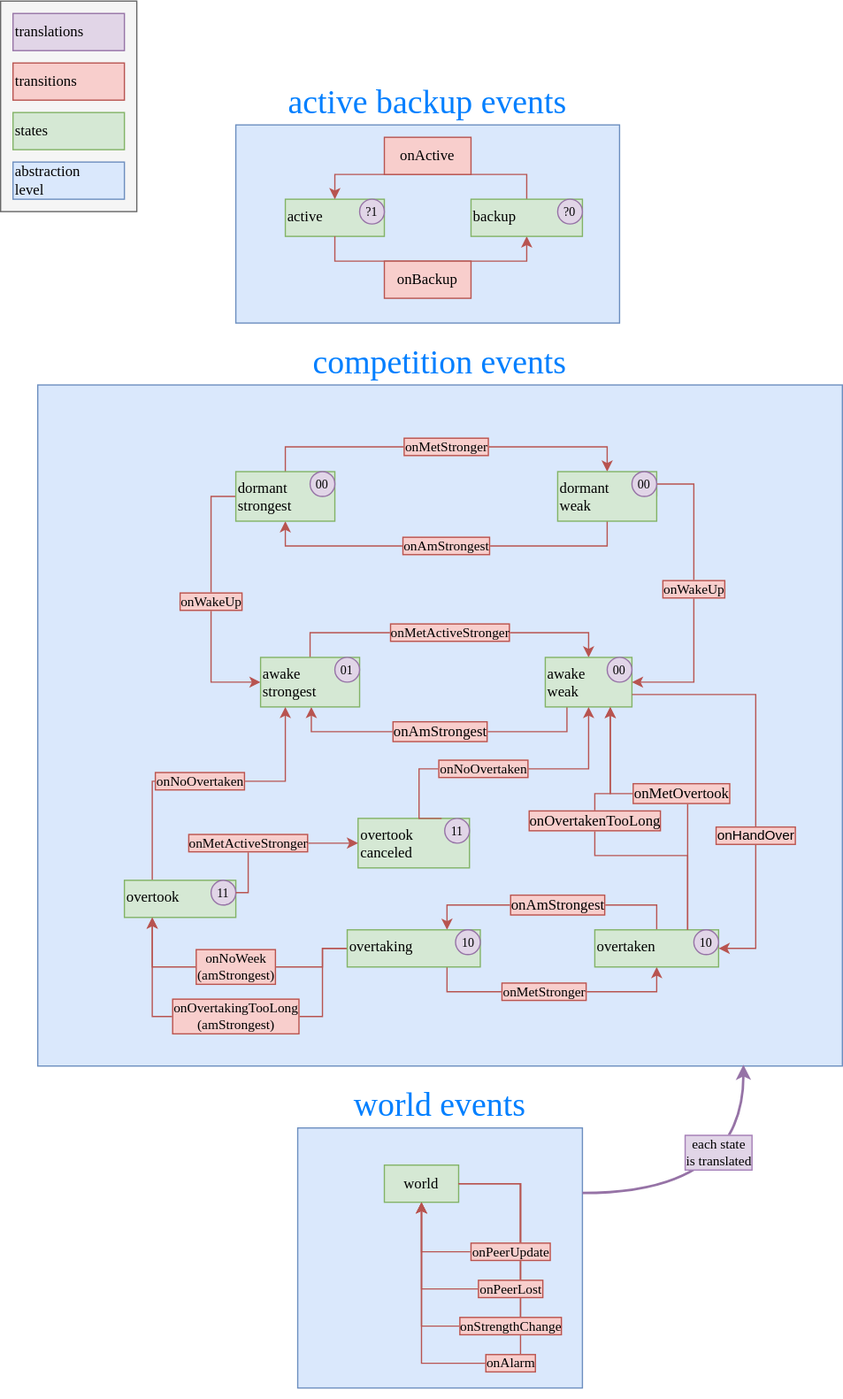
This is src/main/java/aviel/scratch/active_backup/diagram.svg from AvielBerezin/active-backup, a draw.io export, as it was before one commit. Source tidied: cells renumbered, new cells last; positions are measured from the earlier drawing's top-left corner, leaving out a move shared by most shapes.
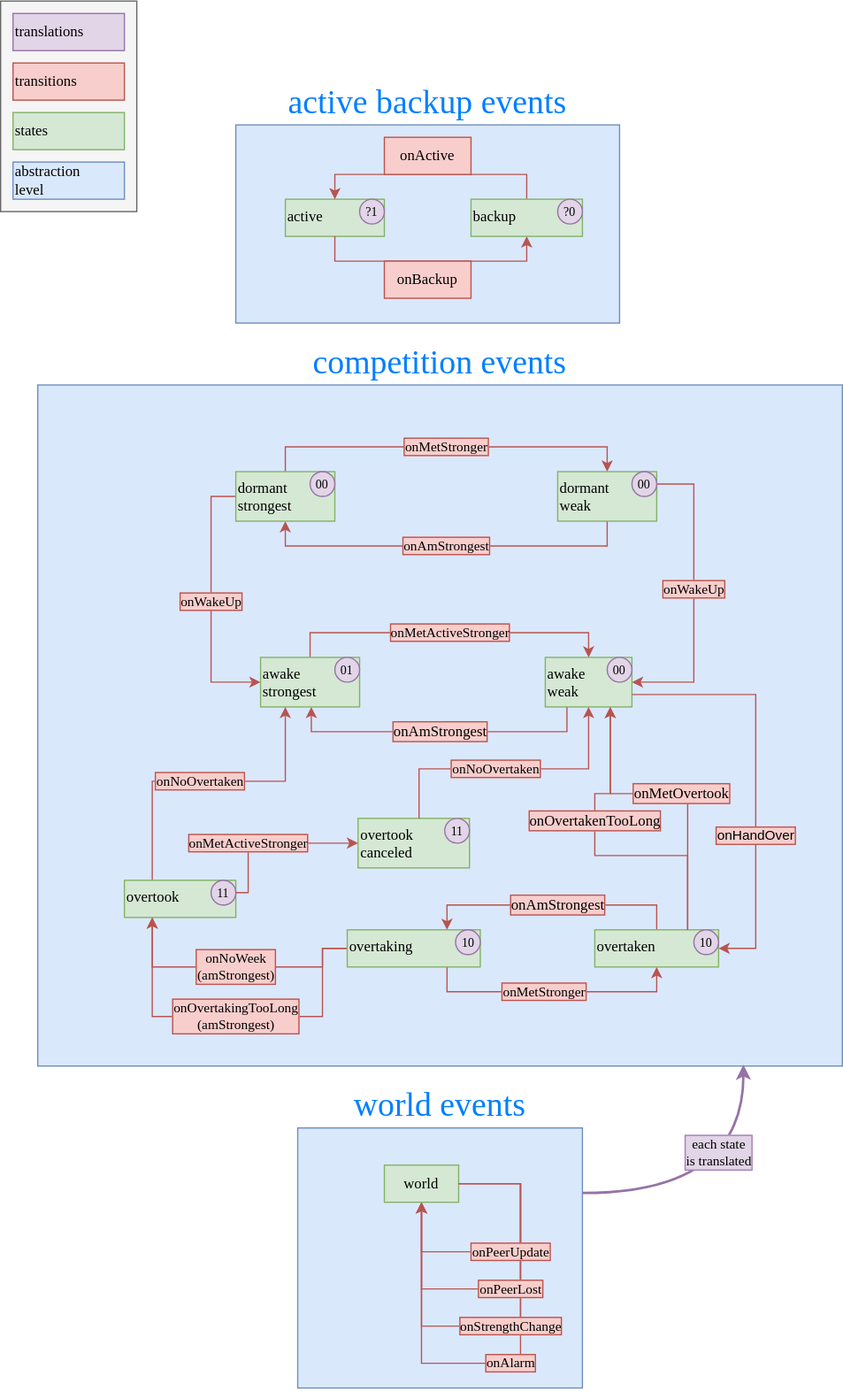
The same diagram one commit later.

Change to the diagram source:
```diff
@@ -250,9 +250,11 @@
         </Array>
       </mxGeometry>
     </mxCell>
-    <mxCell id="57" value="onNoOvertaken" style="edgeStyle=orthogonalEdgeStyle;rounded=0;jettySize=auto;html=1;exitX=0.75;exitY=0;exitDx=0;exitDy=0;entryX=0.5;entryY=1;entryDx=0;entryDy=0;fillColor=#f8cecc;strokeColor=#b85450;labelBackgroundColor=light-dark(#F8CECC,#F8CECC);labelBorderColor=light-dark(#B85450,#B85450);fontFamily=Lucida Console;" parent="1" edge="1" source="54" target="27">
+    <mxCell id="57" value="onNoOvertaken" style="edgeStyle=orthogonalEdgeStyle;rounded=0;jettySize=auto;html=1;entryX=0.5;entryY=1;entryDx=0;entryDy=0;fillColor=#f8cecc;strokeColor=#b85450;labelBackgroundColor=light-dark(#F8CECC,#F8CECC);labelBorderColor=light-dark(#B85450,#B85450);fontFamily=Lucida Console;" parent="1" edge="1" target="27">
       <mxGeometry x="-0.1" relative="1" as="geometry">
+        <mxPoint x="338" y="660" as="sourcePoint" />
         <Array as="points">
+          <mxPoint x="338" y="660" />
           <mxPoint x="338" y="620" />
           <mxPoint x="475" y="620" />
         </Array>
```
